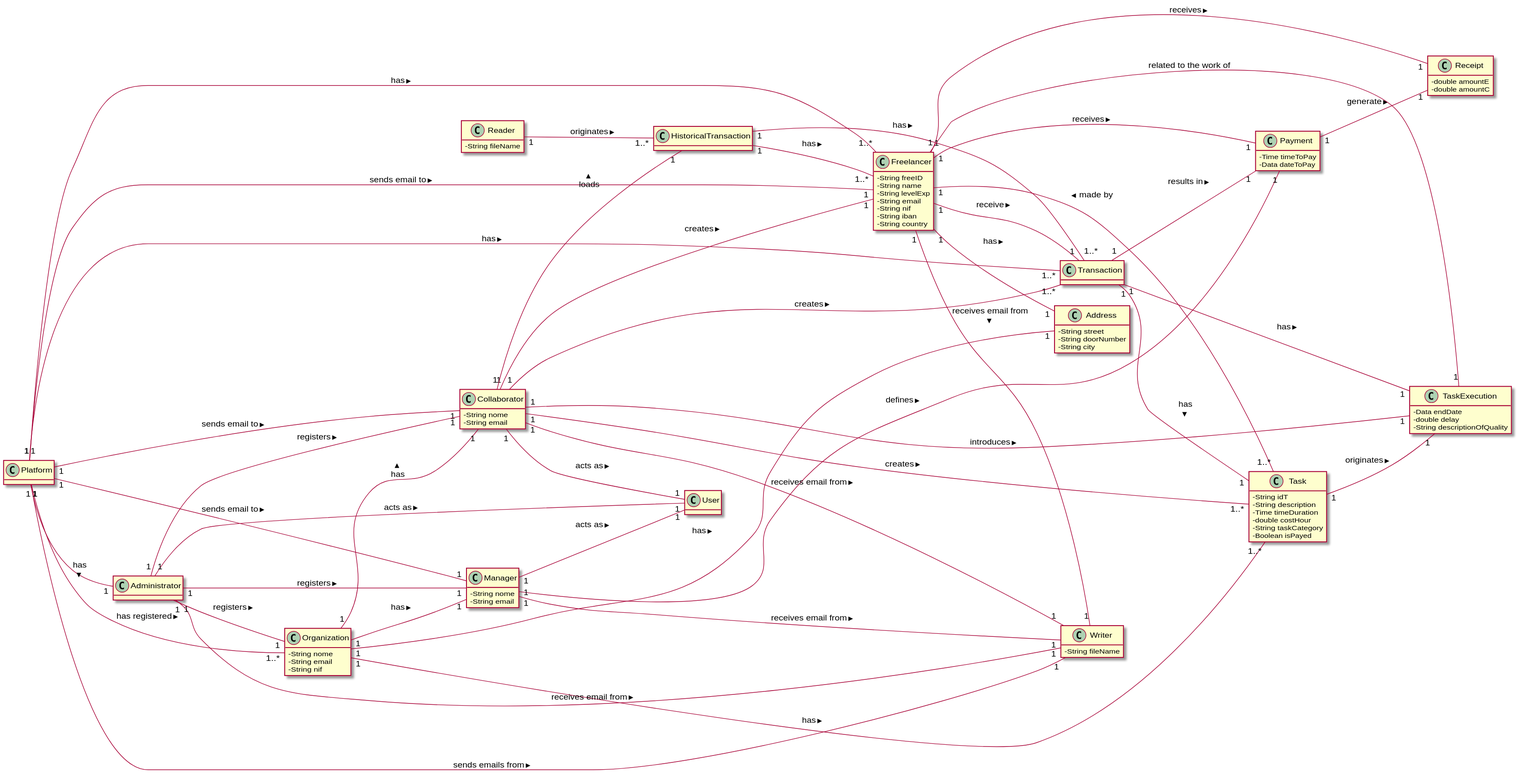
The PlantUML diagram docs/MD/LAPR2_MD.svg in 1190452/LAPR2, before a commit.
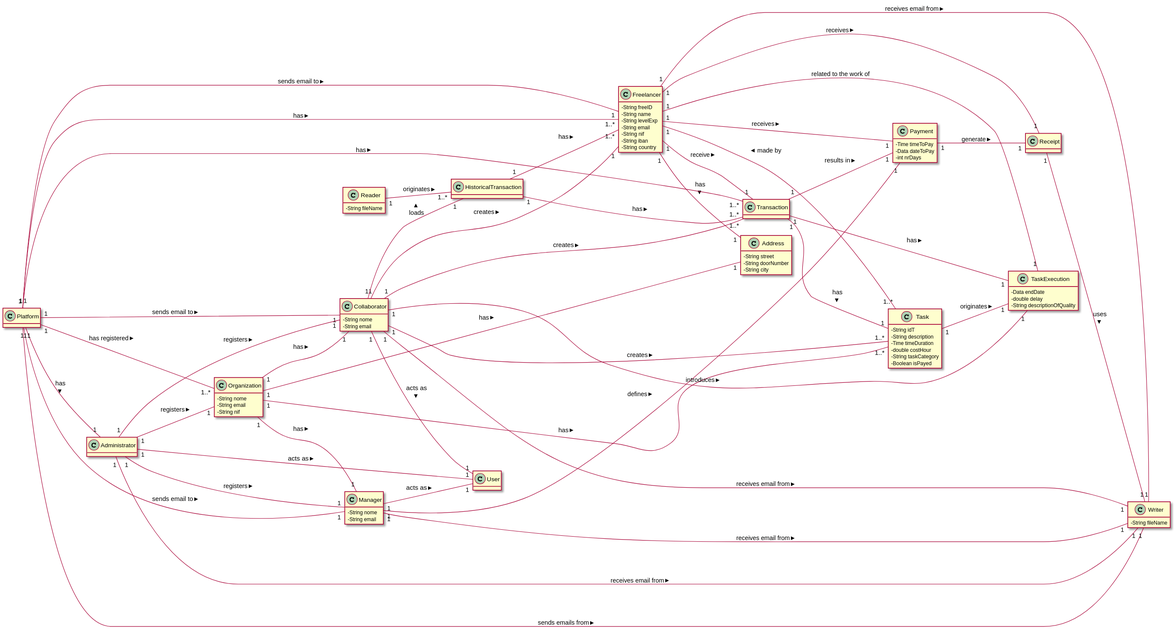
The same diagram one commit later.

Diff of the diagram source:
```diff
@@ -44,8 +44,6 @@
 }
 
 class Receipt {
-  -double amountE
-  -double amountC
 }
 
 class Transaction {
@@ -64,6 +62,7 @@
 class Payment{
   -Time timeToPay
   -Data dateToPay
+  -int nrDays
 }
 
 class Reader {
@@ -141,4 +140,10 @@
 TaskExecution "1" -- "1" Freelancer: related to the work of
 
 Task "1" -- "1" TaskExecution : originates >
+
+Receipt "1" -- "1" Writer : uses >
+
+
+
+
 @enduml
```
